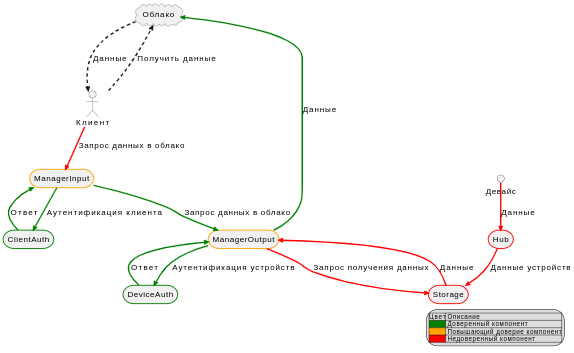
Earlier version of the PlantUML export diagrams/politic/new-colored-architectory.png (SPBU-gateway/artefacts). Its source is kept beside it as diagrams/politic/new-colored-architectory.puml. Its diagram source:
```plantuml
@startuml

skinparam arrowthickness 3
skinparam defaultFontName Arial
skinparam defaultFontSize 18
skinparam roundCorner 50

legend right
    |Цвет| Описание |
    |<#green>| Доверенный компонент|
    |<#orange>| Повышающий доверие компонент|
    |<#red>| Недоверенный компонент|
endlegend

cloud Облако as cloud
actor Клиент as user
rectangle Gateway as gateway #line:Orange;line.bold
rectangle DeviceAuth as auth #line:Green;line.bold
rectangle Hub as hub #line:Red;line.bold
rectangle ManagerOutput as out #line:Red;line.bold
rectangle ManagerInput as in #line:Orange;line.bold
rectangle ClientAuth as auth2 #line:green;line.bold
rectangle Storage as storage #line:red;line.bold
circle Девайс as device1

user --[#red]> in: Запрос данных в облако
in --[#Green]> auth2: Аутентификация клиента
auth2 --[#Green]>in: Ответ
in --[#Green]> out: Запрос данных в облако
out --[#Red]> storage: Запрос получения данных
storage --[#Red]> out: Данные
out --[#Red]> gateway: Данные
gateway --[#Green]> cloud : Данные
device1 --[#red]> hub : Данные
hub --[#Red]> storage: Данные устройств
gateway --[#Green]> auth : Аутентификация устройств
auth --[#Green]> gateway : Ответ
user -..> cloud : Получить данные
cloud -..> user : Данные
@endumls
```
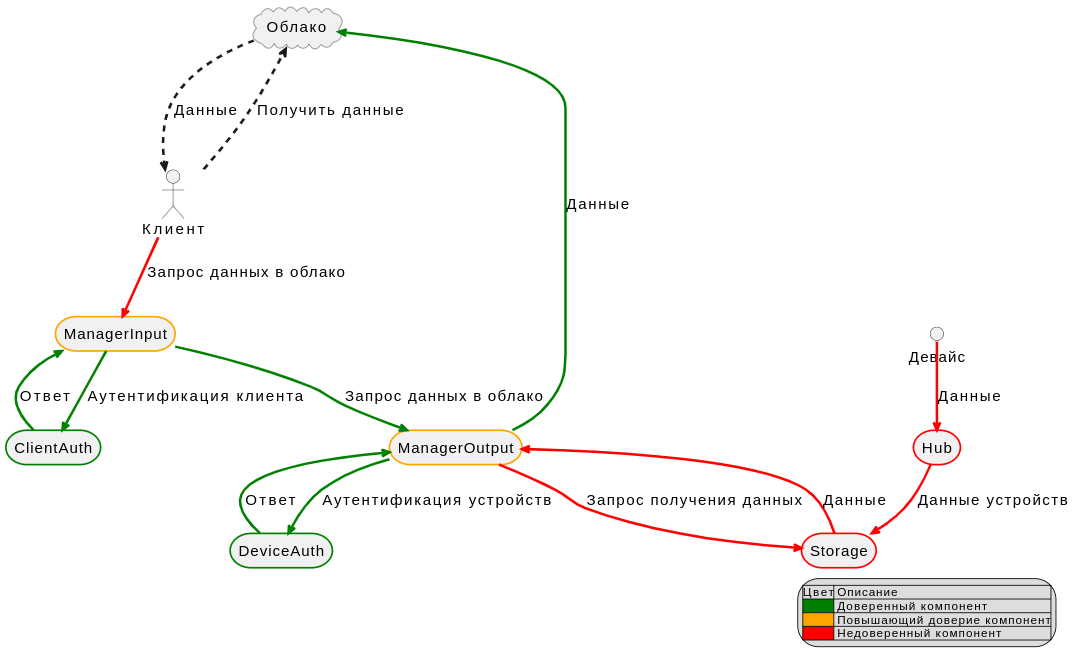
After the commit.

What changed in the source:
```diff
@@ -14,10 +14,9 @@
 
 cloud Облако as cloud
 actor Клиент as user
-rectangle Gateway as gateway #line:Orange;line.bold
 rectangle DeviceAuth as auth #line:Green;line.bold
 rectangle Hub as hub #line:Red;line.bold
-rectangle ManagerOutput as out #line:Red;line.bold
+rectangle ManagerOutput as out #line:Orange;line.bold
 rectangle ManagerInput as in #line:Orange;line.bold
 rectangle ClientAuth as auth2 #line:green;line.bold
 rectangle Storage as storage #line:red;line.bold
@@ -29,12 +28,11 @@
 in --[#Green]> out: Запрос данных в облако
 out --[#Red]> storage: Запрос получения данных
 storage --[#Red]> out: Данные
-out --[#Red]> gateway: Данные
-gateway --[#Green]> cloud : Данные
+out --[#Green]> cloud : Данные
 device1 --[#red]> hub : Данные
 hub --[#Red]> storage: Данные устройств
-gateway --[#Green]> auth : Аутентификация устройств
-auth --[#Green]> gateway : Ответ
+out --[#Green]> auth : Аутентификация устройств
+auth --[#Green]> out : Ответ
 user -..> cloud : Получить данные
 cloud -..> user : Данные
 @endumls
```
